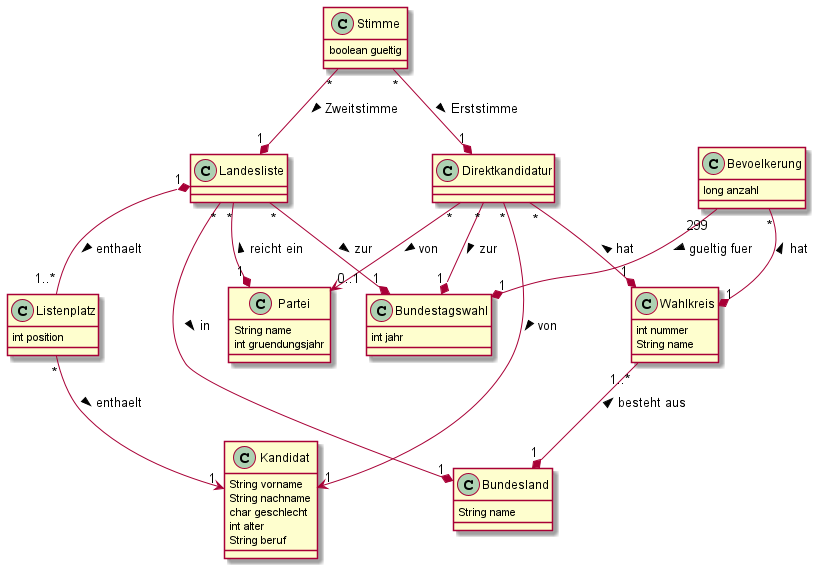
This is Blatt1/Entwurf.png from Toemmsche/database-systems-project-mirror, a PlantUML export, as it was before one commit.
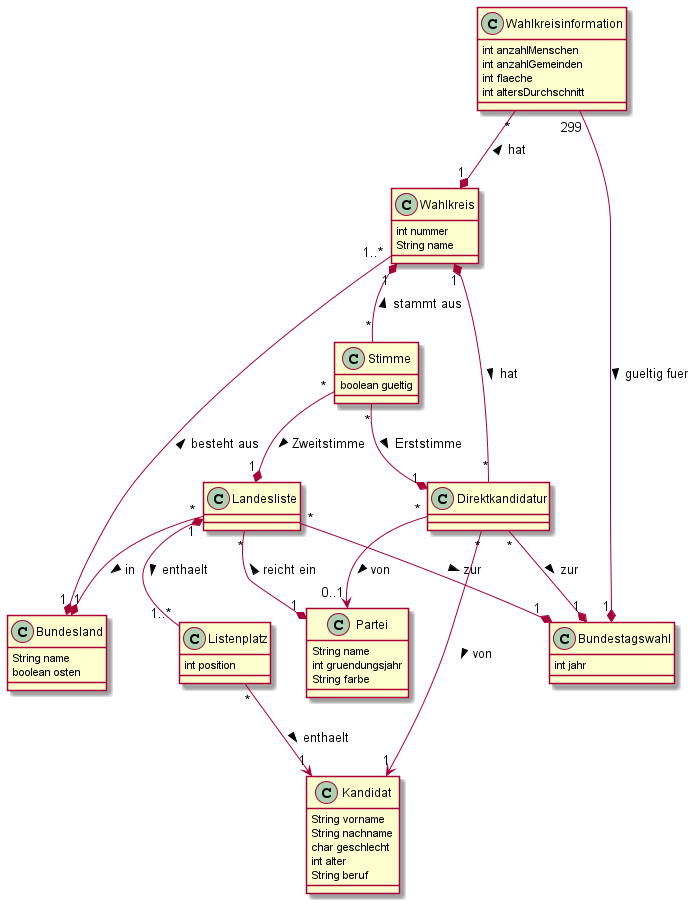
The same diagram one commit later.

Commit message:
adjust layout and add vital associations

What changed in the source:
```diff
@@ -9,24 +9,28 @@
 
 class Bundesland {
     String name
+    boolean osten
 }
 
 class Partei {
     String name
     int gruendungsjahr
+    String farbe
 }
 
 class Bundestagswahl{
    int jahr
 }
 
-class Bevoelkerung {
-    long anzahl
+class Wahlkreisinformation {
+    int anzahlMenschen
+    int anzahlGemeinden
+    int flaeche
+    int altersDurchschnitt
 }
 
 class Landesliste {
 }
-
 
 class Listenplatz {
     int position
@@ -53,8 +57,8 @@
 
 Wahlkreis "1..*" --* "1" Bundesland : besteht aus <
 
-Bevoelkerung "*" --* "1" Wahlkreis : < hat
-Bevoelkerung "299" --* "1" Bundestagswahl: gueltig fuer >
+Wahlkreisinformation "*" --* "1" Wahlkreis : < hat
+Wahlkreisinformation "299" --* "1" Bundestagswahl: gueltig fuer >
 
 Direktkandidatur "*" --> "1" Kandidat : von >
 Direktkandidatur "*" --* "1" Wahlkreis : < hat
@@ -63,4 +67,5 @@
 
 Stimme "*" --* "1" Direktkandidatur : Erststimme >
 Stimme "*" --* "1" Landesliste : Zweitstimme >
+Stimme "*" -up-* "1" Wahlkreis : stammt aus >
 @enduml
```
